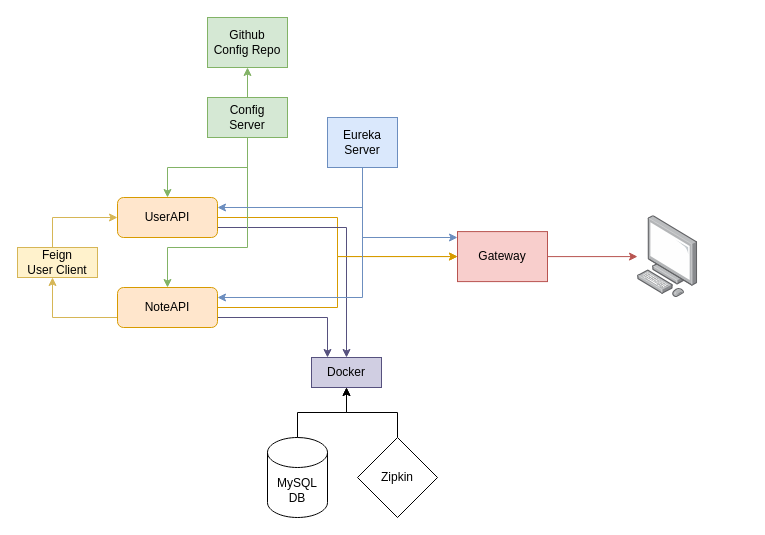
Earlier version of the draw.io diagram BackendMicroservices.drawio (TomyAlberdi/Microservices-1). Source tidied: cells renumbered, new cells numbered last; positions are measured from the earlier drawing's top-left corner, leaving out a move shared by most shapes. Both pictures are drawn from the tidied source at 100%, with x=0, y=0 at pixel (17, 17).
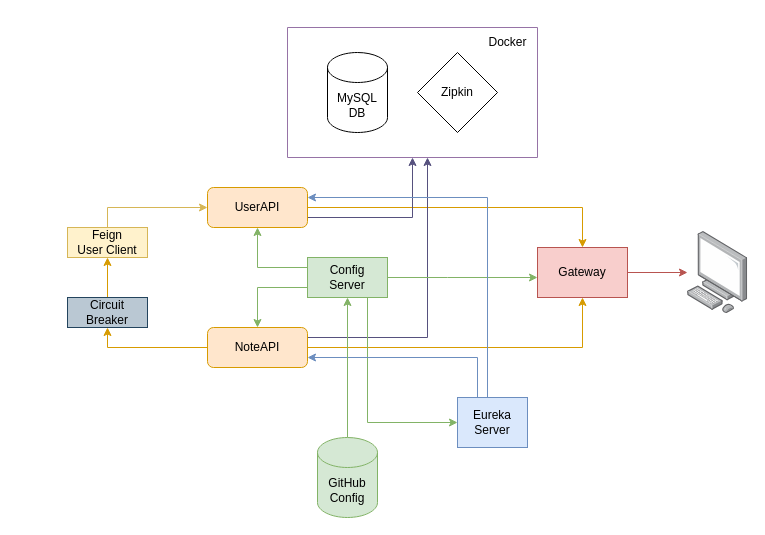
The same diagram, later.

Diff of the diagram source:
```diff
@@
-    <mxCell id="3" style="edgeStyle=orthogonalEdgeStyle;rounded=0;jettySize=auto;html=1;exitX=1;exitY=0.75;exitDx=0;exitDy=0;fillColor=#d0cee2;strokeColor=#56517e;" parent="1" edge="1" source="4" target="10">
+    <mxCell id="3" style="edgeStyle=orthogonalEdgeStyle;rounded=0;jettySize=auto;html=1;exitX=1;exitY=0.75;exitDx=0;exitDy=0;fillColor=#d0cee2;strokeColor=#56517e;" parent="1" edge="1" source="4" target="31">
       <mxGeometry relative="1" as="geometry" />
     </mxCell>
     <mxCell id="4" value="UserAPI" style="rounded=1;whiteSpace=wrap;html=1;fillColor=#ffe6cc;strokeColor=#d79b00;" parent="1" vertex="1">
-      <mxGeometry x="100" y="180" width="100" height="40" as="geometry" />
+      <mxGeometry x="190" y="170" width="100" height="40" as="geometry" />
     </mxCell>
-    <mxCell id="5" style="edgeStyle=orthogonalEdgeStyle;rounded=0;jettySize=auto;html=1;exitX=0;exitY=0.5;exitDx=0;exitDy=0;fillColor=#fff2cc;strokeColor=#d6b656;" parent="1" edge="1" source="8" target="16">
-      <mxGeometry relative="1" as="geometry">
-        <Array as="points">
-          <mxPoint x="35" y="300" />
-        </Array>
-      </mxGeometry>
-    </mxCell>
     <mxCell id="6" style="edgeStyle=orthogonalEdgeStyle;rounded=0;jettySize=auto;html=1;exitX=1;exitY=0.5;exitDx=0;exitDy=0;fillColor=#ffe6cc;strokeColor=#d79b00;" parent="1" edge="1" source="8" target="18">
       <mxGeometry relative="1" as="geometry">
         <Array as="points">
-          <mxPoint x="320" y="290" />
-          <mxPoint x="320" y="239" />
+          <mxPoint x="565" y="330" />
         </Array>
       </mxGeometry>
     </mxCell>
-    <mxCell id="7" style="edgeStyle=orthogonalEdgeStyle;rounded=0;jettySize=auto;html=1;exitX=1;exitY=0.75;exitDx=0;exitDy=0;fillColor=#d0cee2;strokeColor=#56517e;" parent="1" edge="1" source="8" target="10">
+    <mxCell id="7" style="edgeStyle=orthogonalEdgeStyle;rounded=0;jettySize=auto;html=1;exitX=1;exitY=0.75;exitDx=0;exitDy=0;fillColor=#d0cee2;strokeColor=#56517e;" parent="1" edge="1" source="8" target="31">
       <mxGeometry relative="1" as="geometry">
         <Array as="points">
-          <mxPoint x="310" y="300" />
+          <mxPoint x="290" y="320" />
+          <mxPoint x="410" y="320" />
         </Array>
       </mxGeometry>
     </mxCell>
+    <mxCell id="28" style="edgeStyle=orthogonalEdgeStyle;rounded=0;jettySize=auto;html=1;fillColor=#ffe6cc;strokeColor=#d79b00;" parent="1" edge="1" source="8" target="33">
+      <mxGeometry relative="1" as="geometry">
+        <Array as="points">
+          <mxPoint x="90" y="330" />
+        </Array>
+      </mxGeometry>
+    </mxCell>
     <mxCell id="8" value="&lt;div&gt;NoteAPI&lt;/div&gt;" style="rounded=1;whiteSpace=wrap;html=1;fillColor=#ffe6cc;strokeColor=#d79b00;" parent="1" vertex="1">
-      <mxGeometry x="100" y="270" width="100" height="40" as="geometry" />
+      <mxGeometry x="190" y="310" width="100" height="40" as="geometry" />
     </mxCell>
     <mxCell id="9" style="image;points=[];html=1;align=center;shadow=0;dashed=0;image=img/lib/allied_telesis/computer_and_terminals/Personal_Computer.svg;" parent="1" vertex="1">
-      <mxGeometry x="620" y="198.2" width="60.4" height="81.8" as="geometry" />
+      <mxGeometry x="670" y="214.1" width="60.4" height="81.8" as="geometry" />
     </mxCell>
-    <mxCell id="10" value="Docker" style="rounded=0;whiteSpace=wrap;html=1;fillColor=#d0cee2;strokeColor=#56517e;" parent="1" vertex="1">
-      <mxGeometry x="294" y="340" width="70" height="30" as="geometry" />
-    </mxCell>
-    <mxCell id="11" style="edgeStyle=orthogonalEdgeStyle;rounded=0;jettySize=auto;html=1;exitX=0.5;exitY=0;exitDx=0;exitDy=0;exitPerimeter=0;" parent="1" edge="1" source="12" target="10">
-      <mxGeometry relative="1" as="geometry" />
-    </mxCell>
-    <mxCell id="12" value="&lt;div&gt;MySQL&lt;/div&gt;&lt;div&gt;DB&lt;br&gt;&lt;/div&gt;" style="shape=cylinder3;whiteSpace=wrap;html=1;boundedLbl=1;backgroundOutline=1;size=15;fillColor=none;" parent="1" vertex="1">
-      <mxGeometry x="250" y="420" width="60" height="80" as="geometry" />
-    </mxCell>
-    <mxCell id="13" style="edgeStyle=orthogonalEdgeStyle;rounded=0;jettySize=auto;html=1;exitX=0.5;exitY=0;exitDx=0;exitDy=0;" parent="1" edge="1" source="14" target="10">
-      <mxGeometry relative="1" as="geometry" />
-    </mxCell>
-    <mxCell id="14" value="Zipkin" style="rhombus;whiteSpace=wrap;html=1;" parent="1" vertex="1">
-      <mxGeometry x="340" y="420" width="80" height="80" as="geometry" />
-    </mxCell>
     <mxCell id="15" style="edgeStyle=orthogonalEdgeStyle;rounded=0;jettySize=auto;html=1;exitX=0.5;exitY=0;exitDx=0;exitDy=0;fillColor=#fff2cc;strokeColor=#d6b656;" parent="1" edge="1" source="16" target="4">
       <mxGeometry relative="1" as="geometry">
         <Array as="points">
-          <mxPoint x="35" y="200" />
+          <mxPoint x="90" y="190" />
         </Array>
       </mxGeometry>
     </mxCell>
     <mxCell id="16" value="&lt;div&gt;Feign&lt;br&gt;&lt;/div&gt;&lt;div&gt;User Client&lt;/div&gt;" style="rounded=0;whiteSpace=wrap;html=1;fillColor=#fff2cc;strokeColor=#d6b656;" parent="1" vertex="1">
-      <mxGeometry y="230" width="80" height="30" as="geometry" />
+      <mxGeometry x="50" y="210" width="80" height="30" as="geometry" />
     </mxCell>
@@
     <mxCell id="18" value="Gateway" style="rounded=0;whiteSpace=wrap;html=1;fillColor=#f8cecc;strokeColor=#b85450;" parent="1" vertex="1">
-      <mxGeometry x="440" y="214.1" width="90" height="50" as="geometry" />
+      <mxGeometry x="520" y="230" width="90" height="50" as="geometry" />
     </mxCell>
+    <mxCell id="20" style="edgeStyle=orthogonalEdgeStyle;rounded=0;jettySize=auto;html=1;fillColor=#d5e8d4;strokeColor=#82b366;" parent="1" edge="1" source="22" target="4">
+      <mxGeometry relative="1" as="geometry">
+        <Array as="points">
+          <mxPoint x="240" y="250" />
+        </Array>
+      </mxGeometry>
+    </mxCell>
+    <mxCell id="29" style="edgeStyle=orthogonalEdgeStyle;rounded=0;jettySize=auto;html=1;exitX=1;exitY=0.5;exitDx=0;exitDy=0;fillColor=#d5e8d4;strokeColor=#82b366;" parent="1" edge="1" source="22" target="27">
+      <mxGeometry relative="1" as="geometry">
+        <Array as="points">
+          <mxPoint x="350" y="405" />
+        </Array>
+      </mxGeometry>
+    </mxCell>
+    <mxCell id="30" style="edgeStyle=orthogonalEdgeStyle;rounded=0;jettySize=auto;html=1;fillColor=#d5e8d4;strokeColor=#82b366;" parent="1" edge="1" source="22" target="18">
+      <mxGeometry relative="1" as="geometry">
+        <Array as="points">
+          <mxPoint x="430" y="260" />
+          <mxPoint x="430" y="260" />
+        </Array>
+      </mxGeometry>
+    </mxCell>
     <mxCell id="19" style="edgeStyle=orthogonalEdgeStyle;rounded=0;jettySize=auto;html=1;fillColor=#d5e8d4;strokeColor=#82b366;" parent="1" edge="1" source="22" target="8">
       <mxGeometry relative="1" as="geometry">
         <Array as="points">
-          <mxPoint x="230" y="230" />
-          <mxPoint x="150" y="230" />
+          <mxPoint x="240" y="270" />
         </Array>
       </mxGeometry>
     </mxCell>
-    <mxCell id="20" style="edgeStyle=orthogonalEdgeStyle;rounded=0;jettySize=auto;html=1;fillColor=#d5e8d4;strokeColor=#82b366;" parent="1" edge="1" source="22" target="4">
-      <mxGeometry relative="1" as="geometry" />
-    </mxCell>
-    <mxCell id="21" style="edgeStyle=orthogonalEdgeStyle;rounded=0;jettySize=auto;html=1;fillColor=#d5e8d4;strokeColor=#82b366;" parent="1" edge="1" source="22" target="23">
-      <mxGeometry relative="1" as="geometry" />
-    </mxCell>
     <mxCell id="22" value="&lt;div&gt;Config&lt;/div&gt;&lt;div&gt;Server&lt;br&gt;&lt;/div&gt;" style="rounded=0;whiteSpace=wrap;html=1;fillColor=#d5e8d4;strokeColor=#82b366;" parent="1" vertex="1">
-      <mxGeometry x="190" y="80" width="80" height="40" as="geometry" />
+      <mxGeometry x="290" y="240" width="80" height="40" as="geometry" />
     </mxCell>
-    <mxCell id="23" value="&lt;div&gt;Github&lt;/div&gt;&lt;div&gt;Config Repo&lt;br&gt;&lt;/div&gt;" style="rounded=0;whiteSpace=wrap;html=1;fillColor=#d5e8d4;strokeColor=#82b366;" parent="1" vertex="1">
-      <mxGeometry x="190" width="80" height="50" as="geometry" />
-    </mxCell>
     <mxCell id="24" style="edgeStyle=orthogonalEdgeStyle;rounded=0;jettySize=auto;html=1;fillColor=#dae8fc;strokeColor=#6c8ebf;" parent="1" edge="1" source="27" target="4">
       <mxGeometry relative="1" as="geometry">
         <Array as="points">
-          <mxPoint x="345" y="190" />
+          <mxPoint x="470" y="180" />
         </Array>
       </mxGeometry>
     </mxCell>
     <mxCell id="25" style="edgeStyle=orthogonalEdgeStyle;rounded=0;jettySize=auto;html=1;fillColor=#dae8fc;strokeColor=#6c8ebf;" parent="1" edge="1" source="27" target="8">
       <mxGeometry relative="1" as="geometry">
         <Array as="points">
-          <mxPoint x="345" y="280" />
+          <mxPoint x="460" y="340" />
         </Array>
       </mxGeometry>
     </mxCell>
-    <mxCell id="26" style="edgeStyle=orthogonalEdgeStyle;rounded=0;jettySize=auto;html=1;exitX=0.5;exitY=1;exitDx=0;exitDy=0;fillColor=#dae8fc;strokeColor=#6c8ebf;" parent="1" edge="1" source="27" target="18">
-      <mxGeometry relative="1" as="geometry">
-        <Array as="points">
-          <mxPoint x="345" y="220" />
-        </Array>
-      </mxGeometry>
-    </mxCell>
     <mxCell id="27" value="Eureka Server" style="rounded=0;whiteSpace=wrap;html=1;fillColor=#dae8fc;strokeColor=#6c8ebf;" parent="1" vertex="1">
-      <mxGeometry x="310" y="100" width="70" height="50" as="geometry" />
+      <mxGeometry x="440" y="380" width="70" height="50" as="geometry" />
     </mxCell>
+    <mxCell id="31" style="swimlane;startSize=0;fillColor=#e1d5e7;strokeColor=#9673a6;" parent="1" vertex="1">
+      <mxGeometry x="270" y="10" width="250" height="130" as="geometry" />
+    </mxCell>
+    <mxCell id="10" value="Docker" style="text;html=1;align=center;verticalAlign=middle;points=[];strokeColor=none;fillColor=none;" parent="31" vertex="1">
+      <mxGeometry x="190" width="60" height="30" as="geometry" />
+    </mxCell>
+    <mxCell id="14" value="Zipkin" style="rhombus;whiteSpace=wrap;html=1;" parent="31" vertex="1">
+      <mxGeometry x="130" y="25" width="80" height="80" as="geometry" />
+    </mxCell>
+    <mxCell id="12" value="&lt;div&gt;MySQL&lt;/div&gt;&lt;div&gt;DB&lt;br&gt;&lt;/div&gt;" style="shape=cylinder3;whiteSpace=wrap;html=1;boundedLbl=1;backgroundOutline=1;size=15;fillColor=none;" parent="31" vertex="1">
+      <mxGeometry x="40" y="25" width="60" height="80" as="geometry" />
+    </mxCell>
+    <mxCell id="32" style="edgeStyle=orthogonalEdgeStyle;rounded=0;jettySize=auto;html=1;exitX=0.5;exitY=0;exitDx=0;exitDy=0;fillColor=#ffe6cc;strokeColor=#d79b00;" parent="1" edge="1" source="33" target="16">
+      <mxGeometry relative="1" as="geometry" />
+    </mxCell>
+    <mxCell id="33" value="&lt;div&gt;Circuit&lt;/div&gt;&lt;div&gt;Breaker&lt;br&gt;&lt;/div&gt;" style="rounded=0;whiteSpace=wrap;html=1;fillColor=#bac8d3;strokeColor=#23445d;" parent="1" vertex="1">
+      <mxGeometry x="50" y="280" width="80" height="30" as="geometry" />
+    </mxCell>
+    <mxCell id="34" style="edgeStyle=orthogonalEdgeStyle;rounded=0;jettySize=auto;html=1;fillColor=#d5e8d4;strokeColor=#82b366;" parent="1" edge="1" source="35" target="22">
+      <mxGeometry relative="1" as="geometry" />
+    </mxCell>
+    <mxCell id="35" value="&lt;div&gt;GitHub&lt;/div&gt;&lt;div&gt;Config&lt;br&gt;&lt;/div&gt;" style="shape=cylinder3;whiteSpace=wrap;html=1;boundedLbl=1;backgroundOutline=1;size=15;fillColor=#d5e8d4;strokeColor=#82b366;" parent="1" vertex="1">
+      <mxGeometry x="300" y="420" width="60" height="80" as="geometry" />
+    </mxCell>
```
